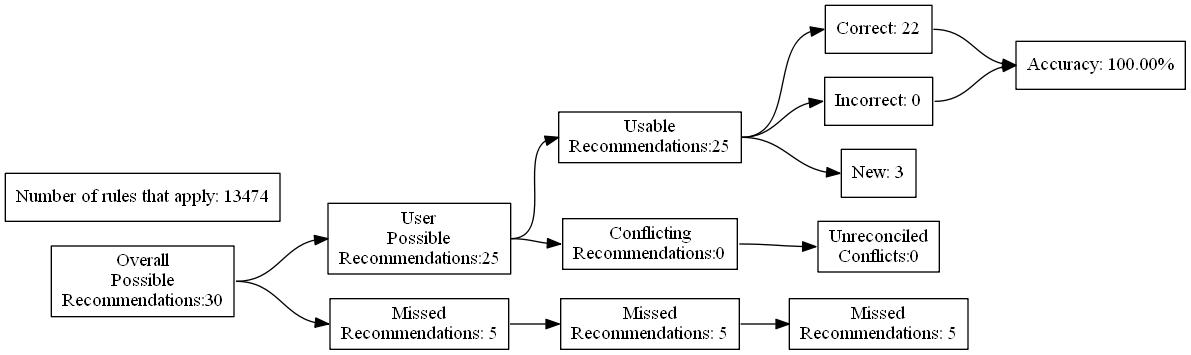
This is test_renders/24.gv.png from ZaxR/ibd_diet_analysis, a Graphviz export, as it was before one commit. Its source is kept beside it as test_renders/24.gv.
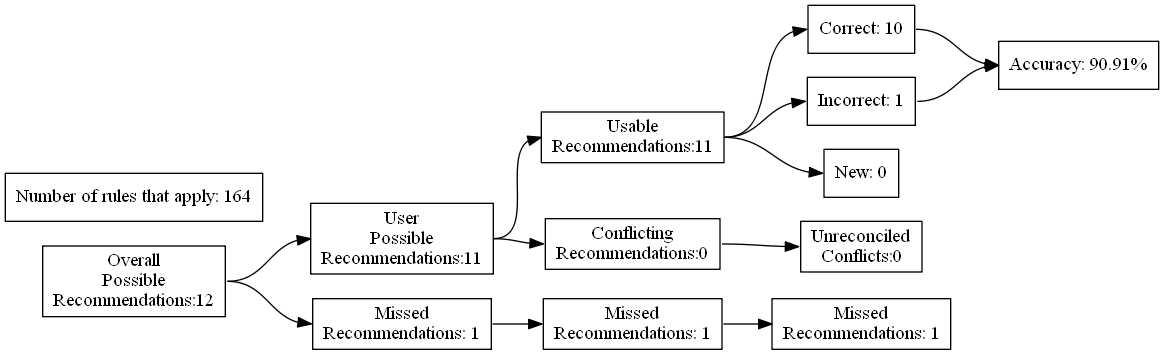
The same file after the commit.

The edit, as a diff of the source:
```diff
@@ -4,27 +4,27 @@
 	edge [headport=w tailport=e]
 		A [label="Overall
 Possible
-Recommendations:30"]
+Recommendations:12"]
 		B [label="User
 Possible
-Recommendations:25"]
+Recommendations:11"]
 		C [label="Missed
-Recommendations: 5"]
+Recommendations: 1"]
 		D [label="Usable
-Recommendations:25"]
+Recommendations:11"]
 		E [label="Conflicting
 Recommendations:0"]
 		J [label="Missed
-Recommendations: 5"]
+Recommendations: 1"]
 		M [label="Unreconciled
 Conflicts:0"]
-		F [label="Correct: 22"]
-		G [label="Incorrect: 0"]
-		H [label="New: 3"]
+		F [label="Correct: 10"]
+		G [label="Incorrect: 1"]
+		H [label="New: 0"]
 		K [label="Missed
-Recommendations: 5"]
-		I [label="Accuracy: 100.00%"]
-		l [label="Number of rules that apply: 13474"]
+Recommendations: 1"]
+		I [label="Accuracy: 90.91%"]
+		l [label="Number of rules that apply: 164"]
 			A -> B
 			A -> C
 			B -> D
```
